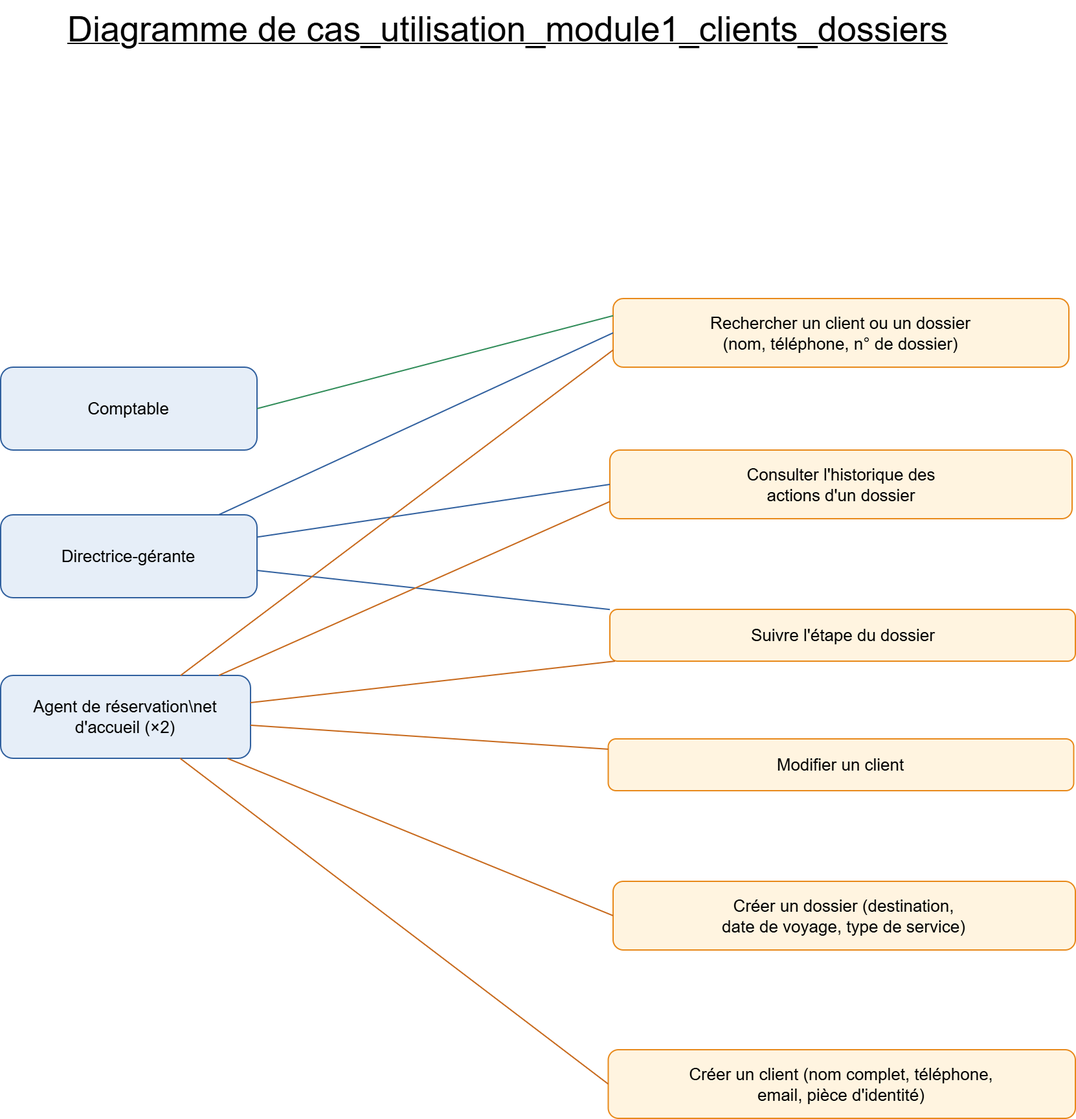
This is modelisation/Diagramme de cas_utilisation_module1_clients_dossiers.png from Desire6893/agence-de-voyage, a draw.io export, as it was before one commit. Source tidied: cells renumbered, new cells last; positions are measured from the earlier drawing's top-left corner, leaving out a move shared by most shapes. Source of this version:
```xml
<mxGraphModel>
  <root>
    <mxCell id="0" />
    <mxCell id="1" parent="0" />
    <mxCell id="2" value="&lt;u&gt;&lt;font style=&quot;font-size: 27px;&quot;&gt;Diagramme de cas_utilisation_module1_clients_dossiers&lt;/font&gt;&lt;/u&gt;" style="text;html=1;align=left;verticalAlign=top;whiteSpace=wrap;fontSize=13;" parent="1" vertex="1">
      <mxGeometry x="50" width="710" height="70" as="geometry" />
    </mxCell>
    <mxCell id="3" value="Créer un client (nom complet, téléphone,&#10;email, pièce d'identité)" style="rounded=1;whiteSpace=wrap;html=1;fillColor=#FFF4E0;strokeColor=#E8891A;fontSize=13;" parent="1" vertex="1">
      <mxGeometry x="469.2" y="810" width="360.8" height="53" as="geometry" />
    </mxCell>
    <mxCell id="4" value="Modifier un client" style="rounded=1;whiteSpace=wrap;html=1;fillColor=#FFF4E0;strokeColor=#E8891A;fontSize=13;" parent="1" vertex="1">
      <mxGeometry x="469.2" y="570" width="359.5" height="40" as="geometry" />
    </mxCell>
    <mxCell id="5" value="Rechercher un client ou un dossier&#10;(nom, téléphone, n° de dossier)" style="rounded=1;whiteSpace=wrap;html=1;fillColor=#FFF4E0;strokeColor=#E8891A;fontSize=13;" parent="1" vertex="1">
      <mxGeometry x="473" y="230" width="352" height="53" as="geometry" />
    </mxCell>
    <mxCell id="6" value="Créer un dossier (destination,&#10;date de voyage, type de service)" style="rounded=1;whiteSpace=wrap;html=1;fillColor=#FFF4E0;strokeColor=#E8891A;fontSize=13;" parent="1" vertex="1">
      <mxGeometry x="473" y="680" width="357" height="53" as="geometry" />
    </mxCell>
    <mxCell id="7" value="Suivre l'étape du dossier" style="rounded=1;whiteSpace=wrap;html=1;fillColor=#FFF4E0;strokeColor=#E8891A;fontSize=13;" parent="1" vertex="1">
      <mxGeometry x="470.5" y="470" width="359.5" height="40" as="geometry" />
    </mxCell>
    <mxCell id="8" value="Consulter l'historique des&#10;actions d'un dossier" style="rounded=1;whiteSpace=wrap;html=1;fillColor=#FFF4E0;strokeColor=#E8891A;fontSize=13;" parent="1" vertex="1">
      <mxGeometry x="470.5" y="347" width="357" height="53" as="geometry" />
    </mxCell>
    <mxCell id="9" value="Directrice-gérante" style="rounded=1;whiteSpace=wrap;html=1;fillColor=#E6EEF8;strokeColor=#2F5F9E;fontSize=13;" parent="1" vertex="1">
      <mxGeometry y="397" width="198" height="64" as="geometry" />
    </mxCell>
    <mxCell id="10" value="Agent de réservation\net d'accueil (×2)" style="rounded=1;whiteSpace=wrap;html=1;fillColor=#E6EEF8;strokeColor=#2F5F9E;fontSize=13;" parent="1" vertex="1">
      <mxGeometry y="521" width="193" height="64" as="geometry" />
    </mxCell>
    <mxCell id="11" value="Comptable" style="rounded=1;whiteSpace=wrap;html=1;fillColor=#E6EEF8;strokeColor=#2F5F9E;fontSize=13;" parent="1" vertex="1">
      <mxGeometry y="283" width="198" height="64" as="geometry" />
    </mxCell>
    <mxCell id="12" style="endArrow=none;strokeColor=#2F5F9E;html=1;entryX=0;entryY=0.5;entryDx=0;entryDy=0;" parent="1" edge="1" source="9" target="5">
      <mxGeometry relative="1" as="geometry" />
    </mxCell>
    <mxCell id="13" style="endArrow=none;strokeColor=#2F5F9E;html=1;" parent="1" edge="1" source="9" target="7">
      <mxGeometry relative="1" as="geometry" />
    </mxCell>
    <mxCell id="14" style="endArrow=none;strokeColor=#2F5F9E;html=1;entryX=0;entryY=0.5;entryDx=0;entryDy=0;" parent="1" edge="1" source="9" target="8">
      <mxGeometry relative="1" as="geometry" />
    </mxCell>
    <mxCell id="15" style="endArrow=none;strokeColor=#C7681A;html=1;entryX=0;entryY=0.5;entryDx=0;entryDy=0;" parent="1" edge="1" source="10" target="3">
      <mxGeometry relative="1" as="geometry" />
    </mxCell>
    <mxCell id="16" style="endArrow=none;strokeColor=#C7681A;html=1;" parent="1" edge="1" source="10" target="4">
      <mxGeometry relative="1" as="geometry" />
    </mxCell>
    <mxCell id="17" style="endArrow=none;strokeColor=#C7681A;html=1;entryX=0;entryY=0.75;entryDx=0;entryDy=0;" parent="1" edge="1" source="10" target="5">
      <mxGeometry relative="1" as="geometry" />
    </mxCell>
    <mxCell id="18" style="endArrow=none;strokeColor=#C7681A;html=1;entryX=0;entryY=0.5;entryDx=0;entryDy=0;" parent="1" edge="1" source="10" target="6">
      <mxGeometry relative="1" as="geometry" />
    </mxCell>
    <mxCell id="19" style="endArrow=none;strokeColor=#C7681A;html=1;" parent="1" edge="1" source="10" target="7">
      <mxGeometry relative="1" as="geometry" />
    </mxCell>
    <mxCell id="20" style="endArrow=none;strokeColor=#C7681A;html=1;entryX=0;entryY=0.75;entryDx=0;entryDy=0;" parent="1" edge="1" source="10" target="8">
      <mxGeometry relative="1" as="geometry" />
    </mxCell>
    <mxCell id="21" style="endArrow=none;strokeColor=#2E8B57;html=1;entryX=0;entryY=0.25;entryDx=0;entryDy=0;exitX=1;exitY=0.5;exitDx=0;exitDy=0;" parent="1" edge="1" source="11" target="5">
      <mxGeometry relative="1" as="geometry" />
    </mxCell>
  </root>
</mxGraphModel>
```
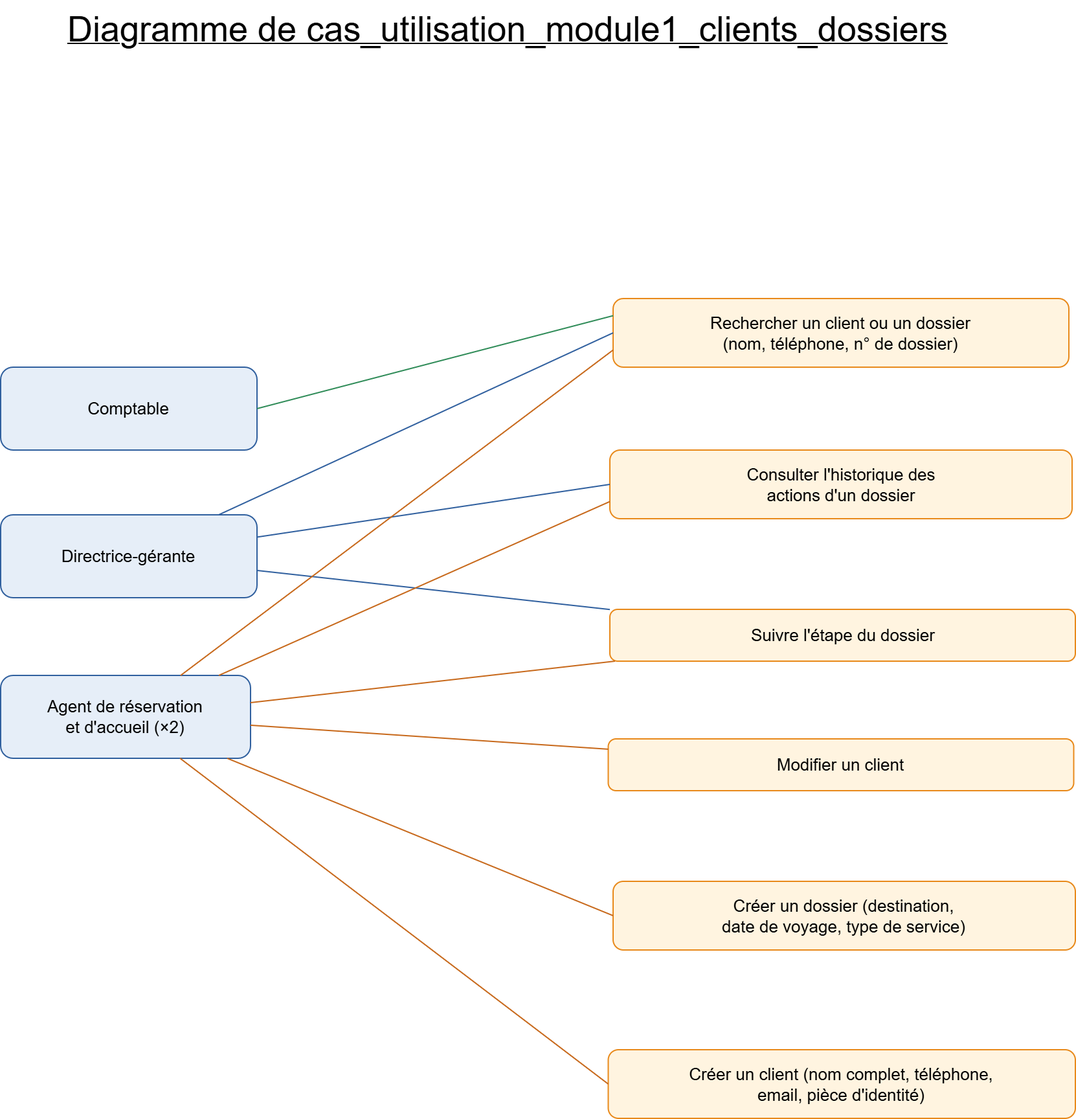
After the commit.

What changed in the source:
```diff
@@ -26,7 +26,7 @@
     <mxCell id="9" value="Directrice-gérante" style="rounded=1;whiteSpace=wrap;html=1;fillColor=#E6EEF8;strokeColor=#2F5F9E;fontSize=13;" parent="1" vertex="1">
       <mxGeometry y="397" width="198" height="64" as="geometry" />
     </mxCell>
-    <mxCell id="10" value="Agent de réservation\net d'accueil (×2)" style="rounded=1;whiteSpace=wrap;html=1;fillColor=#E6EEF8;strokeColor=#2F5F9E;fontSize=13;" parent="1" vertex="1">
+    <mxCell id="10" value="Agent de réservation&lt;br&gt;et d'accueil (×2)" style="rounded=1;whiteSpace=wrap;html=1;fillColor=#E6EEF8;strokeColor=#2F5F9E;fontSize=13;" parent="1" vertex="1">
       <mxGeometry y="521" width="193" height="64" as="geometry" />
     </mxCell>
     <mxCell id="11" value="Comptable" style="rounded=1;whiteSpace=wrap;html=1;fillColor=#E6EEF8;strokeColor=#2F5F9E;fontSize=13;" parent="1" vertex="1">
```
